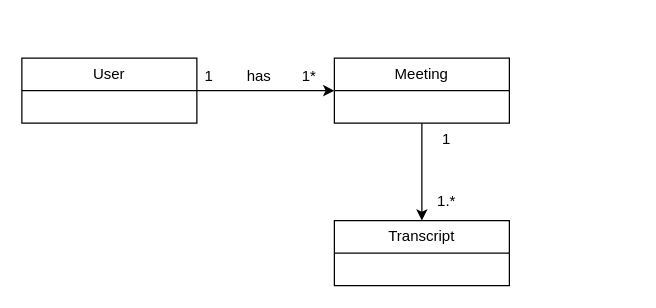
Earlier version of the draw.io diagram page "DB" (2 of 5) of docs/diagrams.drawio (Pedro-Pereira0/FeatherMagic). Source tidied: cells renumbered, new cells numbered last; positions are measured from the earlier drawing's top-left corner, leaving out a move shared by most shapes. Both pictures are drawn from the tidied source at 125%, with x=0, y=0 at pixel (21, 58).
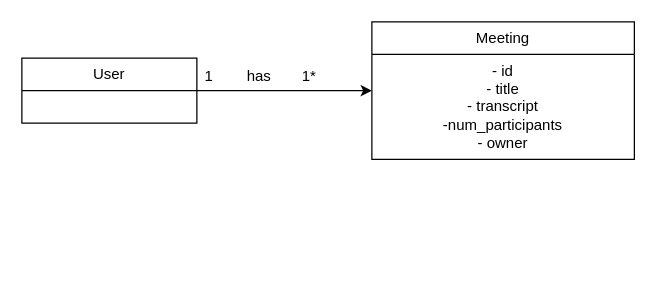
The same diagram, later.

Change to the diagram source:
```diff
@@
 <mxGraphModel>
   <root>
     <mxCell id="0" />
     <mxCell id="1" parent="0" />
     <mxCell id="2" style="edgeStyle=orthogonalEdgeStyle;rounded=0;jettySize=auto;html=1;exitX=1;exitY=0.5;exitDx=0;exitDy=0;entryX=0;entryY=0.5;entryDx=0;entryDy=0;" parent="1" edge="1" source="3" target="5">
       <mxGeometry relative="1" as="geometry" />
     </mxCell>
     <mxCell id="3" value="User" style="swimlane;fontStyle=0;horizontal=1;startSize=26;fillColor=none;whiteSpace=wrap;html=1;" parent="1" vertex="1">
       <mxGeometry width="140" height="52" as="geometry" />
     </mxCell>
-    <mxCell id="4" style="edgeStyle=orthogonalEdgeStyle;rounded=0;jettySize=auto;html=1;exitX=0.5;exitY=1;exitDx=0;exitDy=0;entryX=0.5;entryY=0;entryDx=0;entryDy=0;" parent="1" edge="1" source="5" target="7">
-      <mxGeometry relative="1" as="geometry" />
-    </mxCell>
     <mxCell id="5" value="Meeting" style="swimlane;fontStyle=0;horizontal=1;startSize=26;fillColor=none;whiteSpace=wrap;html=1;" parent="1" vertex="1">
-      <mxGeometry x="250" width="140" height="52" as="geometry" />
+      <mxGeometry x="280" y="-29" width="210" height="110" as="geometry" />
     </mxCell>
+    <mxCell id="12" value="- id&lt;br&gt;- title&lt;br&gt;- transcript&lt;br&gt;-num_participants&lt;div&gt;- owner&lt;/div&gt;" style="text;html=1;whiteSpace=wrap;strokeColor=none;fillColor=none;align=center;verticalAlign=middle;rounded=0;" parent="5" vertex="1">
+      <mxGeometry y="26" width="210" height="84" as="geometry" />
+    </mxCell>
     <mxCell id="6" value="has" style="text;html=1;whiteSpace=wrap;strokeColor=none;fillColor=none;align=center;verticalAlign=middle;rounded=0;" parent="1" vertex="1">
       <mxGeometry x="160" width="60" height="30" as="geometry" />
     </mxCell>
-    <mxCell id="7" value="Transcript" style="swimlane;fontStyle=0;horizontal=1;startSize=26;fillColor=none;whiteSpace=wrap;html=1;" parent="1" vertex="1">
-      <mxGeometry x="250" y="130" width="140" height="52" as="geometry" />
-    </mxCell>
     <mxCell id="8" value="1" style="text;html=1;whiteSpace=wrap;strokeColor=none;fillColor=none;align=center;verticalAlign=middle;rounded=0;" parent="1" vertex="1">
       <mxGeometry x="120" width="60" height="30" as="geometry" />
     </mxCell>
     <mxCell id="9" value="1*" style="text;html=1;whiteSpace=wrap;strokeColor=none;fillColor=none;align=center;verticalAlign=middle;rounded=0;" parent="1" vertex="1">
       <mxGeometry x="200" width="60" height="30" as="geometry" />
     </mxCell>
-    <mxCell id="10" value="1" style="text;html=1;whiteSpace=wrap;strokeColor=none;fillColor=none;align=center;verticalAlign=middle;rounded=0;" parent="1" vertex="1">
-      <mxGeometry x="310" y="50" width="60" height="30" as="geometry" />
-    </mxCell>
-    <mxCell id="11" value="1.*" style="text;html=1;whiteSpace=wrap;strokeColor=none;fillColor=none;align=center;verticalAlign=middle;rounded=0;" parent="1" vertex="1">
-      <mxGeometry x="310" y="100" width="60" height="30" as="geometry" />
-    </mxCell>
   </root>
 </mxGraphModel>
```
